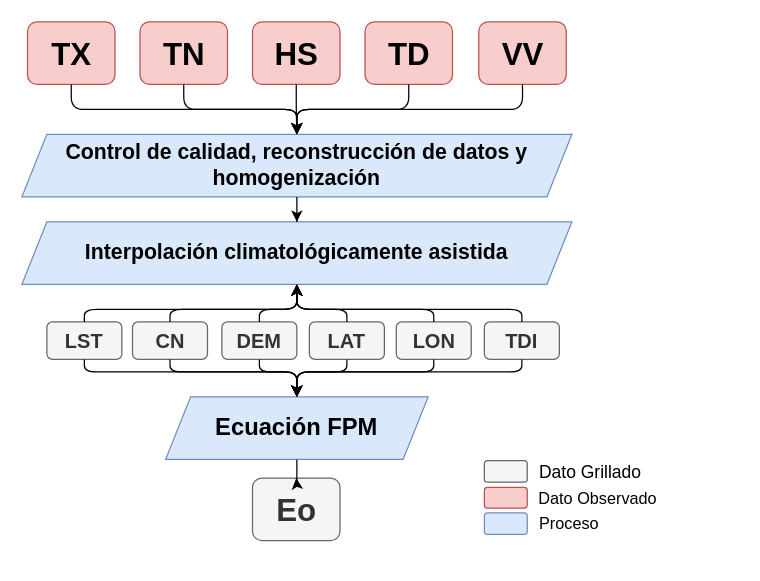
Earlier version of the draw.io diagram Eo_diagram_FT_v2.drawio (adrHuerta/diagrams). Source tidied: cells renumbered, new cells numbered last; positions are measured from the earlier drawing's top-left corner, leaving out a move shared by most shapes. Both pictures are drawn from the tidied source at 125%, with x=0, y=0 at pixel (21, 21).
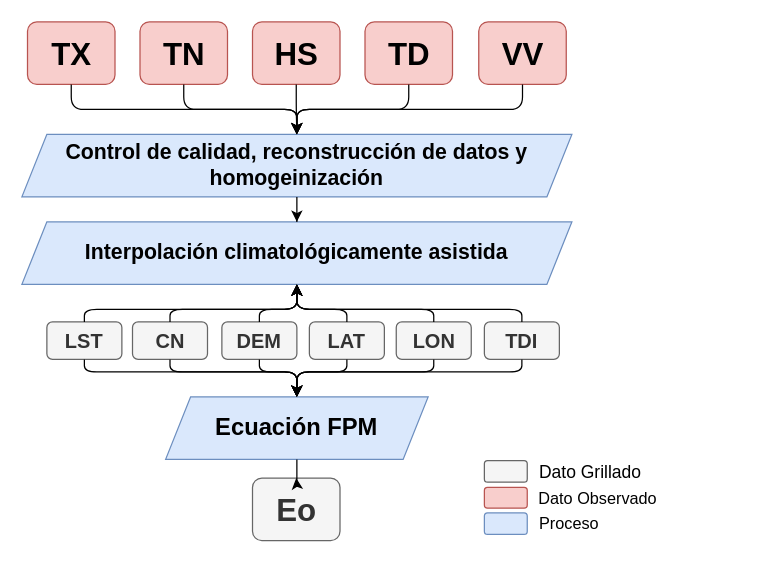
Above is the later version.

The change refers to these unchanged cells:
```xml
<mxCell id="2" style="group;" parent="1" vertex="1">
  <mxGeometry width="573.5" height="430.5" as="geometry" />
</mxCell>
```

The edit, as a diff of the source:
```diff
@@
-    <mxCell id="8" value="Control de calidad, reconstrucción de datos y homogenización" style="shape=parallelogram;perimeter=parallelogramPerimeter;whiteSpace=wrap;html=1;fixedSize=1;fontSize=17;fontStyle=1;fillColor=#dae8fc;strokeColor=#6c8ebf;" parent="2" vertex="1">
+    <mxCell id="8" value="Control de calidad, reconstrucción de datos y homogeinización" style="shape=parallelogram;perimeter=parallelogramPerimeter;whiteSpace=wrap;html=1;fixedSize=1;fontSize=17;fontStyle=1;fillColor=#dae8fc;strokeColor=#6c8ebf;" parent="2" vertex="1">
       <mxGeometry y="90" width="440" height="50" as="geometry" />
     </mxCell>
```
